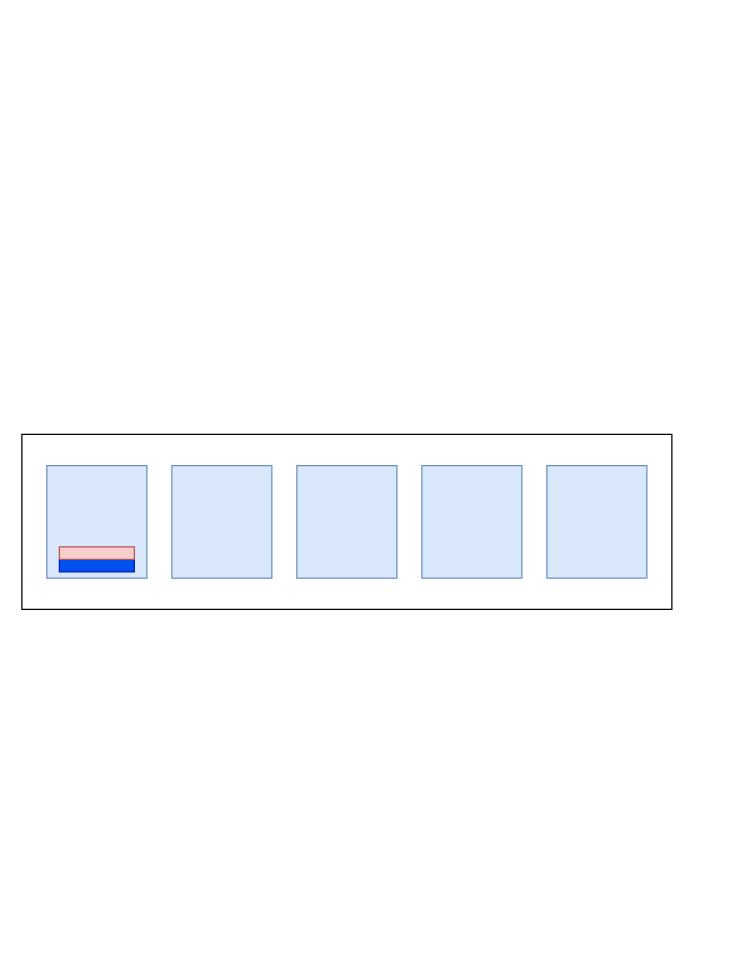
This is page "出牌规则" (7 of 9) of Untitled Diagram.drawio from 605682883/flowPhoto, a draw.io file, before an edit. Source tidied: cells renumbered, new cells numbered last; positions are measured from the earlier drawing's top-left corner, leaving out a move shared by most shapes. Both pictures are drawn from the tidied source at 125%, with x=0, y=0 at pixel (21, 434).
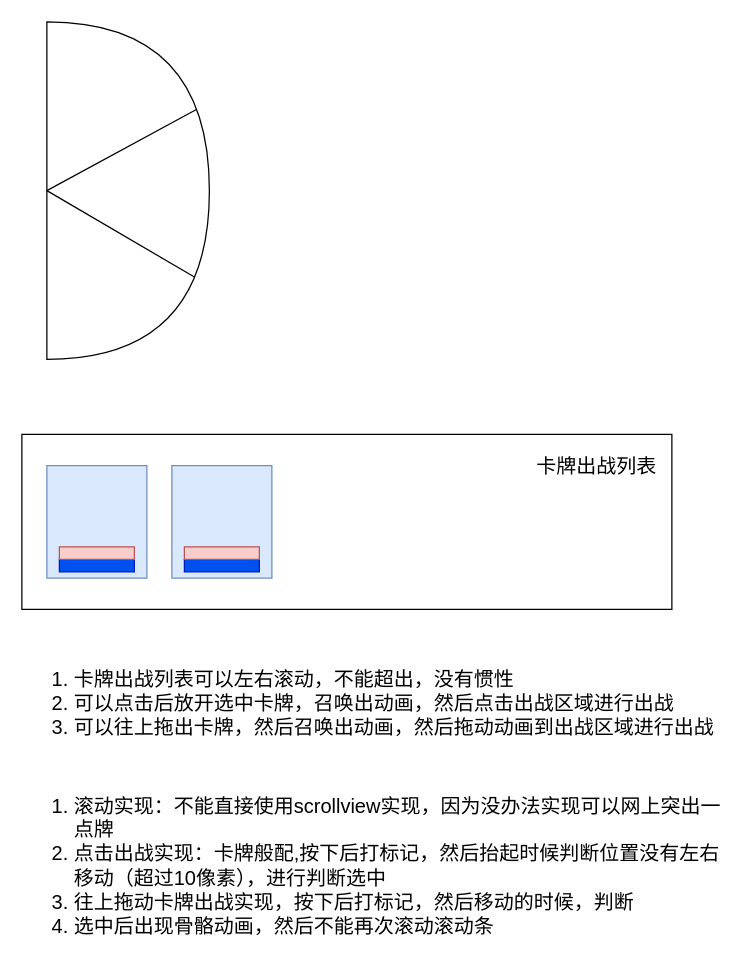
The same page after the edit.

The edit, as a diff of the source:
```diff
@@
 <mxGraphModel>
   <root>
     <mxCell id="0" />
     <mxCell id="1" parent="0" />
     <mxCell id="2" style="rounded=0;whiteSpace=wrap;html=1;fontSize=16;" parent="1" vertex="1">
       <mxGeometry width="520" height="140" as="geometry" />
     </mxCell>
     <mxCell id="3" style="rounded=0;whiteSpace=wrap;html=1;fontSize=16;fillColor=#dae8fc;strokeColor=#6c8ebf;" parent="1" vertex="1">
       <mxGeometry x="20" y="25" width="80" height="90" as="geometry" />
     </mxCell>
-    <mxCell id="4" style="rounded=0;whiteSpace=wrap;html=1;fontSize=16;fillColor=#dae8fc;strokeColor=#6c8ebf;" parent="1" vertex="1">
-      <mxGeometry x="120" y="25" width="80" height="90" as="geometry" />
-    </mxCell>
-    <mxCell id="5" style="rounded=0;whiteSpace=wrap;html=1;fontSize=16;fillColor=#dae8fc;strokeColor=#6c8ebf;" parent="1" vertex="1">
-      <mxGeometry x="220" y="25" width="80" height="90" as="geometry" />
-    </mxCell>
-    <mxCell id="6" style="rounded=0;whiteSpace=wrap;html=1;fontSize=16;fillColor=#dae8fc;strokeColor=#6c8ebf;" parent="1" vertex="1">
-      <mxGeometry x="320" y="25" width="80" height="90" as="geometry" />
-    </mxCell>
-    <mxCell id="7" style="rounded=0;whiteSpace=wrap;html=1;fontSize=16;fillColor=#dae8fc;strokeColor=#6c8ebf;" parent="1" vertex="1">
-      <mxGeometry x="420" y="25" width="80" height="90" as="geometry" />
-    </mxCell>
     <mxCell id="8" style="rounded=0;whiteSpace=wrap;html=1;fontSize=16;fillColor=#0050ef;fontColor=#ffffff;strokeColor=#001DBC;" parent="1" vertex="1">
       <mxGeometry x="30" y="100" width="60" height="10" as="geometry" />
     </mxCell>
     <mxCell id="9" style="rounded=0;whiteSpace=wrap;html=1;fontSize=16;fillColor=#f8cecc;strokeColor=#b85450;" parent="1" vertex="1">
       <mxGeometry x="30" y="90" width="60" height="10" as="geometry" />
     </mxCell>
+    <mxCell id="4" style="rounded=0;whiteSpace=wrap;html=1;fontSize=16;fillColor=#dae8fc;strokeColor=#6c8ebf;" parent="1" vertex="1">
+      <mxGeometry x="120" y="25" width="80" height="90" as="geometry" />
+    </mxCell>
+    <mxCell id="10" style="rounded=0;whiteSpace=wrap;html=1;fontSize=16;fillColor=#0050ef;fontColor=#ffffff;strokeColor=#001DBC;" parent="1" vertex="1">
+      <mxGeometry x="130" y="100" width="60" height="10" as="geometry" />
+    </mxCell>
+    <mxCell id="11" style="rounded=0;whiteSpace=wrap;html=1;fontSize=16;fillColor=#f8cecc;strokeColor=#b85450;" parent="1" vertex="1">
+      <mxGeometry x="130" y="90" width="60" height="10" as="geometry" />
+    </mxCell>
+    <mxCell id="12" style="shape=or;whiteSpace=wrap;html=1;fontSize=16;" parent="1" vertex="1">
+      <mxGeometry x="20" y="-330" width="130" height="270" as="geometry" />
+    </mxCell>
+    <mxCell id="13" style="endArrow=none;html=1;rounded=0;fontSize=16;entryX=0.908;entryY=0.756;entryDx=0;entryDy=0;entryPerimeter=0;exitX=0;exitY=0.5;exitDx=0;exitDy=0;exitPerimeter=0;" parent="1" edge="1" source="12" target="12">
+      <mxGeometry relative="1" as="geometry" />
+    </mxCell>
+    <mxCell id="14" style="endArrow=none;html=1;rounded=0;fontSize=16;entryX=0.923;entryY=0.259;entryDx=0;entryDy=0;entryPerimeter=0;exitX=0;exitY=0.5;exitDx=0;exitDy=0;exitPerimeter=0;" parent="1" edge="1" source="12" target="12">
+      <mxGeometry relative="1" as="geometry" />
+    </mxCell>
+    <mxCell id="15" value="&lt;ol&gt;&lt;li&gt;卡牌出战列表可以左右滚动，不能超出，没有惯性&lt;/li&gt;&lt;li&gt;可以点击后放开选中卡牌，召唤出动画，然后点击出战区域进行出战&lt;/li&gt;&lt;li&gt;可以往上拖出卡牌，然后召唤出动画，然后拖动动画到出战区域进行出战&lt;/li&gt;&lt;/ol&gt;" style="text;html=1;strokeColor=none;fillColor=none;align=left;verticalAlign=middle;whiteSpace=wrap;rounded=0;fontSize=16;" parent="1" vertex="1">
+      <mxGeometry y="170" width="560" height="90" as="geometry" />
+    </mxCell>
+    <mxCell id="16" value="卡牌出战列表" style="text;html=1;strokeColor=none;fillColor=none;align=center;verticalAlign=middle;whiteSpace=wrap;rounded=0;fontSize=16;" parent="1" vertex="1">
+      <mxGeometry x="410" y="10" width="100" height="30" as="geometry" />
+    </mxCell>
+    <mxCell id="17" value="&lt;ol&gt;&lt;li&gt;滚动实现：不能直接使用scrollview实现，因为没办法实现可以网上突出一点牌&lt;/li&gt;&lt;li&gt;点击出战实现：卡牌般配,按下后打标记，然后抬起时候判断位置没有左右移动（超过10像素），进行判断选中&lt;/li&gt;&lt;li&gt;往上拖动卡牌出战实现，按下后打标记，然后移动的时候，判断&lt;/li&gt;&lt;li&gt;选中后出现骨骼动画，然后不能再次滚动滚动条&lt;/li&gt;&lt;/ol&gt;" style="text;html=1;strokeColor=none;fillColor=none;align=left;verticalAlign=middle;whiteSpace=wrap;rounded=0;fontSize=16;" parent="1" vertex="1">
+      <mxGeometry y="280" width="570" height="130" as="geometry" />
+    </mxCell>
   </root>
 </mxGraphModel>
```
